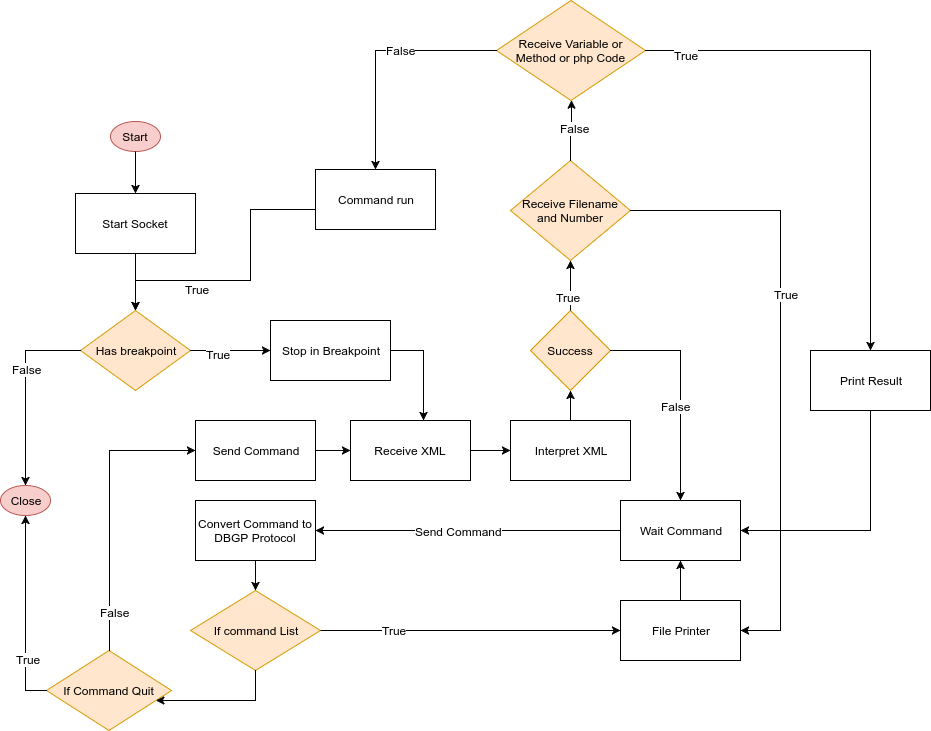
Above: data/flow.png in renatocassino/dephpugger (draw.io), before the change. Source tidied: cells renumbered, new cells last; positions are measured from the earlier drawing's top-left corner, leaving out a move shared by most shapes.
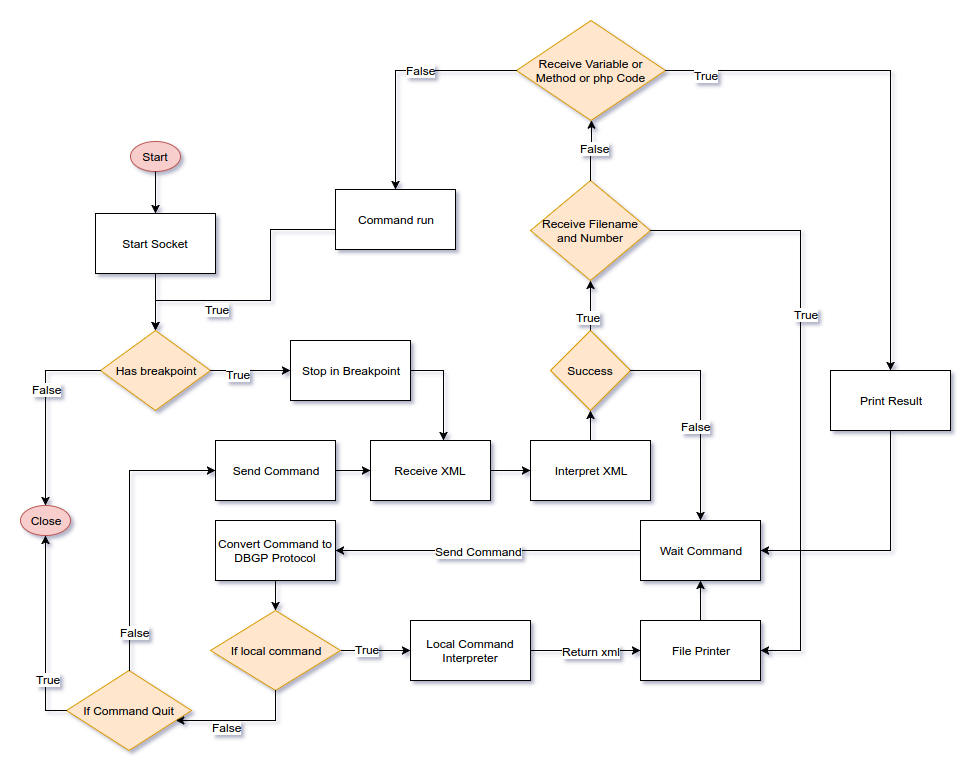
After the commit.

Commit message:
Command 'l' to list next lines

Change to the diagram source:
```diff
@@ -57,15 +57,15 @@
     <mxCell id="14" value="Send Command" style="whiteSpace=wrap;html=1;" parent="1" vertex="1">
       <mxGeometry x="195" y="420" width="120" height="60" as="geometry" />
     </mxCell>
+    <mxCell id="56" style="edgeStyle=orthogonalEdgeStyle;rounded=0;html=1;jettySize=auto;" parent="1" edge="1" source="15" target="60">
+      <mxGeometry relative="1" as="geometry" />
+    </mxCell>
+    <mxCell id="17" value="True" style="text;html=1;align=center;verticalAlign=middle;labelBackgroundColor=#ffffff;" parent="56" vertex="1">
+      <mxGeometry x="-0.26" y="2" relative="1" as="geometry" />
+    </mxCell>
-    <mxCell id="15" value="If command List" style="rhombus;whiteSpace=wrap;html=1;fillColor=#ffe6cc;strokeColor=#d79b00;" parent="1" vertex="1">
+    <mxCell id="15" value="If local command" style="rhombus;whiteSpace=wrap;html=1;fillColor=#ffe6cc;strokeColor=#d79b00;" parent="1" vertex="1">
       <mxGeometry x="190" y="590" width="130" height="80" as="geometry" />
     </mxCell>
-    <mxCell id="16" style="edgeStyle=orthogonalEdgeStyle;rounded=0;html=1;jettySize=auto;" parent="1" edge="1" source="15" target="7">
-      <mxGeometry relative="1" as="geometry" />
-    </mxCell>
-    <mxCell id="17" value="True" style="text;html=1;align=center;verticalAlign=middle;labelBackgroundColor=#ffffff;" parent="16" vertex="1">
-      <mxGeometry x="-0.51" y="1" relative="1" as="geometry" />
-    </mxCell>
     <mxCell id="18" value="Start" style="ellipse;whiteSpace=wrap;html=1;fillColor=#f8cecc;strokeColor=#b85450;" parent="1" vertex="1">
       <mxGeometry x="110" y="121" width="50" height="30" as="geometry" />
     </mxCell>
@@ -157,6 +157,9 @@
         </Array>
       </mxGeometry>
     </mxCell>
+    <mxCell id="57" value="False" style="text;html=1;align=center;verticalAlign=middle;labelBackgroundColor=#ffffff;" parent="38" vertex="1">
+      <mxGeometry x="0.22" y="6" relative="1" as="geometry" />
+    </mxCell>
     <mxCell id="39" style="edgeStyle=orthogonalEdgeStyle;rounded=0;html=1;jettySize=auto;" parent="1" edge="1" source="37" target="24">
       <mxGeometry relative="1" as="geometry">
         <Array as="points">
@@ -231,5 +234,14 @@
     <mxCell id="55" value="Command run" style="whiteSpace=wrap;html=1;" parent="1" vertex="1">
       <mxGeometry x="315" y="169" width="120" height="60" as="geometry" />
     </mxCell>
+    <mxCell id="58" style="edgeStyle=orthogonalEdgeStyle;rounded=0;html=1;jettySize=auto;" parent="1" edge="1" source="60" target="7">
+      <mxGeometry relative="1" as="geometry" />
+    </mxCell>
+    <mxCell id="59" value="Return xml" style="text;html=1;align=center;verticalAlign=middle;labelBackgroundColor=#ffffff;" parent="58" vertex="1">
+      <mxGeometry x="0.09" relative="1" as="geometry" />
+    </mxCell>
+    <mxCell id="60" value="Local Command Interpreter" style="whiteSpace=wrap;html=1;" parent="1" vertex="1">
+      <mxGeometry x="390" y="600" width="120" height="60" as="geometry" />
+    </mxCell>
   </root>
 </mxGraphModel>
```
